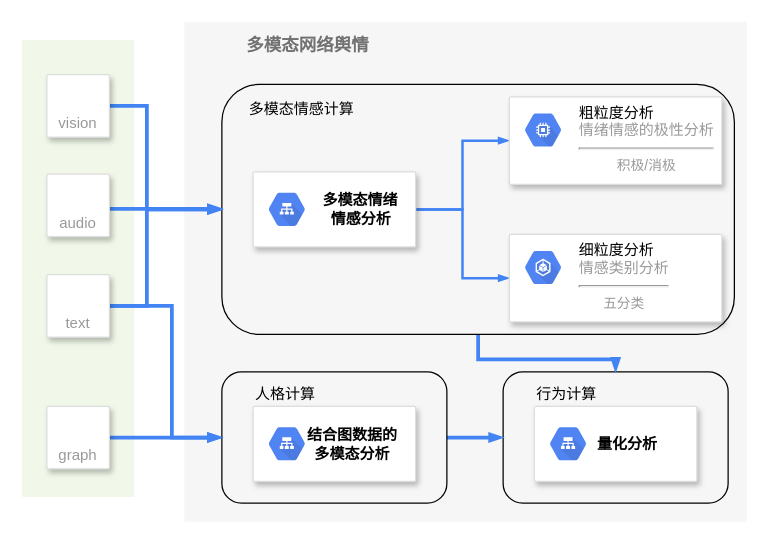
The draw.io diagram Untitled Diagram.drawio in Amamiyatsuki/pic_for_ppt, before the edit. Source tidied: cells renumbered, new cells numbered last; positions are measured from the earlier drawing's top-left corner, leaving out a move shared by most shapes. Both pictures are drawn from the tidied source at 125%, with x=0, y=0 at pixel (21, 21).
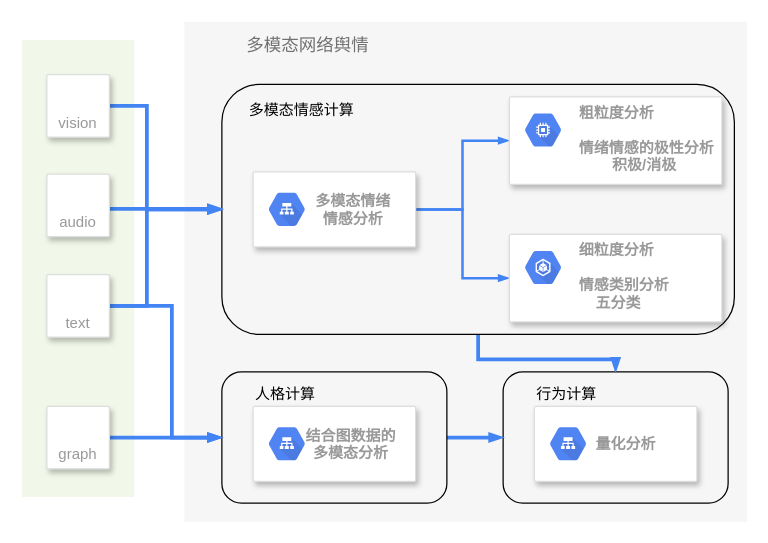
The same diagram, later.

Change to the diagram source:
```diff
@@
-    <mxCell id="2" value="&lt;b&gt;多模态网络舆情&lt;/b&gt;" style="fillColor=#F6F6F6;strokeColor=none;shadow=0;gradientColor=none;fontSize=14;align=left;spacing=10;fontColor=#717171;9E9E9E;verticalAlign=top;spacingTop=-4;fontStyle=0;spacingLeft=40;html=1;" parent="1" vertex="1">
+    <mxCell id="2" value="多模态网络舆情" style="fillColor=#F6F6F6;strokeColor=none;shadow=0;gradientColor=none;fontSize=14;align=left;spacing=10;fontColor=#717171;9E9E9E;verticalAlign=top;spacingTop=-4;fontStyle=0;spacingLeft=40;" parent="1" vertex="1">
       <mxGeometry x="130" width="450" height="400" as="geometry" />
     </mxCell>
-    <mxCell id="3" style="rounded=1;whiteSpace=wrap;html=1;fontSize=12;fillColor=none;" parent="1" vertex="1">
+    <mxCell id="3" style="rounded=1;fontSize=12;fillColor=none;" parent="1" vertex="1">
       <mxGeometry x="385" y="280" width="180" height="105" as="geometry" />
     </mxCell>
-    <mxCell id="4" style="edgeStyle=orthogonalEdgeStyle;rounded=0;jettySize=auto;html=1;exitX=0.5;exitY=1;exitDx=0;exitDy=0;entryX=0.5;entryY=0;entryDx=0;entryDy=0;dashed=0;labelBackgroundColor=none;fontSize=5;startFill=1;endArrow=blockThin;endFill=1;startSize=4;endSize=4;strokeColor=#4284F3;strokeWidth=3;align=left;" parent="1" edge="1" source="5" target="3">
+    <mxCell id="4" style="edgeStyle=orthogonalEdgeStyle;rounded=0;jettySize=auto;exitX=0.5;exitY=1;exitDx=0;exitDy=0;entryX=0.5;entryY=0;entryDx=0;entryDy=0;dashed=0;labelBackgroundColor=none;fontSize=5;startFill=1;endArrow=blockThin;endFill=1;startSize=4;endSize=4;strokeColor=#4284F3;strokeWidth=3;align=left;" parent="1" edge="1" source="5" target="3">
       <mxGeometry relative="1" as="geometry" />
     </mxCell>
-    <mxCell id="5" style="rounded=1;whiteSpace=wrap;html=1;fontSize=12;fillColor=none;" parent="1" vertex="1">
+    <mxCell id="5" style="rounded=1;fontSize=12;fillColor=none;" parent="1" vertex="1">
       <mxGeometry x="160" y="50" width="410" height="200" as="geometry" />
     </mxCell>
-    <mxCell id="6" style="rounded=1;absoluteArcSize=1;arcSize=2;html=1;strokeColor=none;gradientColor=none;shadow=0;dashed=0;fontSize=12;fontColor=#9E9E9E;align=center;verticalAlign=top;spacing=10;spacingTop=-4;fillColor=#F1F8E9;" parent="1" vertex="1">
+    <mxCell id="6" style="rounded=1;absoluteArcSize=1;arcSize=2;strokeColor=none;gradientColor=none;shadow=0;dashed=0;fontSize=12;fontColor=#9E9E9E;align=center;verticalAlign=top;spacing=10;spacingTop=-4;fillColor=#F1F8E9;" parent="1" vertex="1">
       <mxGeometry y="14.5" width="90" height="365.5" as="geometry" />
     </mxCell>
-    <mxCell id="7" style="edgeStyle=orthogonalEdgeStyle;rounded=0;jettySize=auto;html=1;exitX=1;exitY=0.5;exitDx=0;exitDy=0;dashed=0;labelBackgroundColor=none;fontSize=12;startFill=1;endArrow=blockThin;endFill=1;startSize=4;endSize=4;strokeColor=#4284F3;strokeWidth=3;align=left;" parent="1" edge="1" source="8" target="5">
+    <mxCell id="7" style="edgeStyle=orthogonalEdgeStyle;rounded=0;jettySize=auto;exitX=1;exitY=0.5;exitDx=0;exitDy=0;dashed=0;labelBackgroundColor=none;fontSize=12;startFill=1;endArrow=blockThin;endFill=1;startSize=4;endSize=4;strokeColor=#4284F3;strokeWidth=3;align=left;" parent="1" edge="1" source="8" target="5">
       <mxGeometry relative="1" as="geometry">
         <Array as="points">
           <mxPoint x="100" y="67" />
           <mxPoint x="100" y="150" />
         </Array>
       </mxGeometry>
     </mxCell>
-    <mxCell id="8" value="vision" style="strokeColor=#dddddd;fillColor=#ffffff;shadow=1;strokeWidth=1;rounded=1;absoluteArcSize=1;arcSize=2;labelPosition=center;verticalLabelPosition=middle;align=center;verticalAlign=bottom;spacingLeft=0;fontColor=#999999;fontSize=12;whiteSpace=wrap;spacingBottom=2;html=1;" parent="1" vertex="1">
+    <mxCell id="8" value="vision" style="strokeColor=#dddddd;fillColor=#ffffff;shadow=1;strokeWidth=1;rounded=1;absoluteArcSize=1;arcSize=2;labelPosition=center;verticalLabelPosition=middle;align=center;verticalAlign=bottom;spacingLeft=0;fontColor=#999999;fontSize=12;spacingBottom=2;" parent="1" vertex="1">
       <mxGeometry x="20" y="42.2" width="50" height="50" as="geometry" />
     </mxCell>
-    <mxCell id="9" style="edgeStyle=orthogonalEdgeStyle;rounded=0;jettySize=auto;html=1;exitX=1;exitY=0.5;exitDx=0;exitDy=0;entryX=0;entryY=0.5;entryDx=0;entryDy=0;dashed=0;labelBackgroundColor=none;fontSize=12;startFill=1;endArrow=blockThin;endFill=1;startSize=4;endSize=4;strokeColor=#4284F3;strokeWidth=2;align=left;" parent="1" edge="1" source="11" target="13">
+    <mxCell id="9" style="edgeStyle=orthogonalEdgeStyle;rounded=0;jettySize=auto;exitX=1;exitY=0.5;exitDx=0;exitDy=0;entryX=0;entryY=0.5;entryDx=0;entryDy=0;dashed=0;labelBackgroundColor=none;fontSize=12;startFill=1;endArrow=blockThin;endFill=1;startSize=4;endSize=4;strokeColor=#4284F3;strokeWidth=2;align=left;" parent="1" edge="1" source="11" target="13">
       <mxGeometry relative="1" as="geometry" />
     </mxCell>
-    <mxCell id="10" style="edgeStyle=orthogonalEdgeStyle;rounded=0;jettySize=auto;html=1;exitX=1;exitY=0.5;exitDx=0;exitDy=0;entryX=0;entryY=0.5;entryDx=0;entryDy=0;dashed=0;labelBackgroundColor=none;fontSize=12;startFill=1;endArrow=blockThin;endFill=1;startSize=4;endSize=4;strokeColor=#4284F3;strokeWidth=2;align=left;" parent="1" edge="1" source="11" target="15">
+    <mxCell id="10" style="edgeStyle=orthogonalEdgeStyle;rounded=0;jettySize=auto;exitX=1;exitY=0.5;exitDx=0;exitDy=0;entryX=0;entryY=0.5;entryDx=0;entryDy=0;dashed=0;labelBackgroundColor=none;fontSize=12;startFill=1;endArrow=blockThin;endFill=1;startSize=4;endSize=4;strokeColor=#4284F3;strokeWidth=2;align=left;" parent="1" edge="1" source="11" target="15">
       <mxGeometry relative="1" as="geometry" />
     </mxCell>
-    <mxCell id="11" style="strokeColor=#dddddd;fillColor=#ffffff;shadow=1;strokeWidth=1;rounded=1;absoluteArcSize=1;arcSize=2;fontSize=11;fontColor=#9E9E9E;align=center;html=1;" parent="1" vertex="1">
+    <mxCell id="11" style="strokeColor=#dddddd;fillColor=#ffffff;shadow=1;strokeWidth=1;rounded=1;absoluteArcSize=1;arcSize=2;fontSize=11;fontColor=#9E9E9E;align=center;" parent="1" vertex="1">
       <mxGeometry x="185" y="120" width="130" height="60" as="geometry" />
     </mxCell>
-    <mxCell id="12" value="&lt;div style=&quot;text-align: justify&quot;&gt;&lt;b style=&quot;color: rgb(0 , 0 , 0)&quot;&gt;多模态情绪&lt;/b&gt;&lt;/div&gt;&lt;font color=&quot;#000000&quot; style=&quot;font-size: 12px&quot;&gt;&lt;div style=&quot;text-align: justify&quot;&gt;&lt;b&gt;&amp;nbsp; 情感分析&lt;/b&gt;&lt;/div&gt;&lt;/font&gt;" style="dashed=0;html=1;fillColor=#5184F3;strokeColor=none;shape=mxgraph.gcp2.hexIcon;prIcon=cloud_load_balancing;labelPosition=right;verticalLabelPosition=middle;align=left;verticalAlign=middle;spacingLeft=5;fontColor=#999999;fontSize=12;" parent="11" vertex="1">
+    <mxCell id="12" value="    多模态情绪&#10;    情感分析" style="dashed=0;fillColor=#5184F3;strokeColor=none;shape=mxgraph.gcp2.hexIcon;prIcon=cloud_load_balancing;labelPosition=right;verticalLabelPosition=middle;align=center;verticalAlign=middle;spacingLeft=5;fontColor=#999999;fontSize=12;fontStyle=1;" parent="11" vertex="1">
       <mxGeometry y="0.5" width="44" height="39" relative="1" as="geometry">
         <mxPoint x="5" y="-19.5" as="offset" />
       </mxGeometry>
     </mxCell>
-    <mxCell id="13" style="strokeColor=#dddddd;fillColor=#ffffff;shadow=1;strokeWidth=1;rounded=1;absoluteArcSize=1;arcSize=2;fontSize=11;fontColor=#9E9E9E;align=center;html=1;" parent="1" vertex="1">
+    <mxCell id="13" style="strokeColor=#dddddd;fillColor=#ffffff;shadow=1;strokeWidth=1;rounded=1;absoluteArcSize=1;arcSize=2;fontSize=11;fontColor=#9E9E9E;align=center;" parent="1" vertex="1">
       <mxGeometry x="390" y="60" width="170" height="70" as="geometry" />
     </mxCell>
-    <mxCell id="14" value="&lt;font color=&quot;#000000&quot;&gt;粗粒度分析&lt;/font&gt;&lt;br&gt;&lt;div style=&quot;text-align: center&quot;&gt;&lt;span&gt;情绪情感的极性分析&lt;/span&gt;&lt;/div&gt;&lt;hr&gt;&lt;span style=&quot;font-size: 11px&quot;&gt;&lt;div style=&quot;text-align: center&quot;&gt;&lt;span&gt;积极/消极&lt;/span&gt;&lt;/div&gt;&lt;/span&gt;" style="dashed=0;html=1;fillColor=#5184F3;strokeColor=none;shape=mxgraph.gcp2.hexIcon;prIcon=compute_engine;labelPosition=right;verticalLabelPosition=middle;align=left;verticalAlign=top;spacingLeft=5;fontColor=#999999;fontSize=12;spacingTop=-8;" parent="13" vertex="1">
+    <mxCell id="14" value="粗粒度分析&#10;&#10;情绪情感的极性分析&#10;        积极/消极" style="dashed=0;fillColor=#5184F3;strokeColor=none;shape=mxgraph.gcp2.hexIcon;prIcon=compute_engine;labelPosition=right;verticalLabelPosition=middle;align=left;verticalAlign=top;spacingLeft=5;fontColor=#999999;fontSize=12;spacingTop=-8;fontStyle=1;" parent="13" vertex="1">
       <mxGeometry width="44" height="39" relative="1" as="geometry">
         <mxPoint x="5" y="7" as="offset" />
       </mxGeometry>
     </mxCell>
-    <mxCell id="15" style="strokeColor=#dddddd;fillColor=#ffffff;shadow=1;strokeWidth=1;rounded=1;absoluteArcSize=1;arcSize=2;fontSize=11;fontColor=#9E9E9E;align=center;html=1;" parent="1" vertex="1">
+    <mxCell id="15" style="strokeColor=#dddddd;fillColor=#ffffff;shadow=1;strokeWidth=1;rounded=1;absoluteArcSize=1;arcSize=2;fontSize=11;fontColor=#9E9E9E;align=center;" parent="1" vertex="1">
       <mxGeometry x="390" y="170" width="170" height="70" as="geometry" />
     </mxCell>
-    <mxCell id="16" value="&lt;font color=&quot;#000000&quot;&gt;细粒度分析&lt;/font&gt;&lt;br&gt;情感类别分析&lt;hr&gt;&lt;font style=&quot;font-size: 11px&quot;&gt;&lt;div style=&quot;text-align: center&quot;&gt;&lt;span&gt;五分类&lt;/span&gt;&lt;/div&gt;&lt;/font&gt;" style="dashed=0;html=1;fillColor=#5184F3;strokeColor=none;shape=mxgraph.gcp2.hexIcon;prIcon=container_engine;labelPosition=right;verticalLabelPosition=middle;align=left;verticalAlign=top;spacingLeft=5;fontColor=#999999;fontSize=12;spacingTop=-8;" parent="15" vertex="1">
+    <mxCell id="16" value="细粒度分析&#10;&#10;情感类别分析&#10;    五分类" style="dashed=0;fillColor=#5184F3;strokeColor=none;shape=mxgraph.gcp2.hexIcon;prIcon=container_engine;labelPosition=right;verticalLabelPosition=middle;align=left;verticalAlign=top;spacingLeft=5;fontColor=#999999;fontSize=12;spacingTop=-8;fontStyle=1;" parent="15" vertex="1">
       <mxGeometry width="44" height="39" relative="1" as="geometry">
         <mxPoint x="5" y="7" as="offset" />
       </mxGeometry>
     </mxCell>
-    <mxCell id="17" style="edgeStyle=orthogonalEdgeStyle;rounded=0;jettySize=auto;html=1;dashed=0;labelBackgroundColor=none;fontSize=5;startFill=1;endArrow=blockThin;endFill=1;startSize=4;endSize=4;strokeColor=#4284F3;strokeWidth=3;align=left;" parent="1" edge="1" source="18">
+    <mxCell id="17" style="edgeStyle=orthogonalEdgeStyle;rounded=0;jettySize=auto;dashed=0;labelBackgroundColor=none;fontSize=5;startFill=1;endArrow=blockThin;endFill=1;startSize=4;endSize=4;strokeColor=#4284F3;strokeWidth=3;align=left;" parent="1" edge="1" source="18">
       <mxGeometry relative="1" as="geometry">
         <mxPoint x="160" y="149.5" as="targetPoint" />
         <Array as="points">
           <mxPoint x="110" y="150" />
         </Array>
       </mxGeometry>
     </mxCell>
-    <mxCell id="18" value="audio" style="strokeColor=#dddddd;fillColor=#ffffff;shadow=1;strokeWidth=1;rounded=1;absoluteArcSize=1;arcSize=2;labelPosition=center;verticalLabelPosition=middle;align=center;verticalAlign=bottom;spacingLeft=0;fontColor=#999999;fontSize=12;whiteSpace=wrap;spacingBottom=2;html=1;" parent="1" vertex="1">
+    <mxCell id="18" value="audio" style="strokeColor=#dddddd;fillColor=#ffffff;shadow=1;strokeWidth=1;rounded=1;absoluteArcSize=1;arcSize=2;labelPosition=center;verticalLabelPosition=middle;align=center;verticalAlign=bottom;spacingLeft=0;fontColor=#999999;fontSize=12;spacingBottom=2;" parent="1" vertex="1">
       <mxGeometry x="20" y="121.8" width="50" height="50" as="geometry" />
     </mxCell>
-    <mxCell id="19" style="edgeStyle=orthogonalEdgeStyle;rounded=0;jettySize=auto;html=1;exitX=1;exitY=0.5;exitDx=0;exitDy=0;dashed=0;labelBackgroundColor=none;fontSize=5;startFill=1;endArrow=blockThin;endFill=1;startSize=4;endSize=4;strokeColor=#4284F3;strokeWidth=3;align=left;" parent="1" edge="1" source="21">
+    <mxCell id="19" style="edgeStyle=orthogonalEdgeStyle;rounded=0;jettySize=auto;exitX=1;exitY=0.5;exitDx=0;exitDy=0;dashed=0;labelBackgroundColor=none;fontSize=5;startFill=1;endArrow=blockThin;endFill=1;startSize=4;endSize=4;strokeColor=#4284F3;strokeWidth=3;align=left;" parent="1" edge="1" source="21">
       <mxGeometry relative="1" as="geometry">
         <mxPoint x="160" y="150" as="targetPoint" />
         <Array as="points">
           <mxPoint x="100" y="227" />
           <mxPoint x="100" y="150" />
         </Array>
       </mxGeometry>
     </mxCell>
-    <mxCell id="20" style="edgeStyle=orthogonalEdgeStyle;rounded=0;jettySize=auto;html=1;exitX=1;exitY=0.5;exitDx=0;exitDy=0;entryX=0;entryY=0.5;entryDx=0;entryDy=0;dashed=0;labelBackgroundColor=none;fontSize=5;startFill=1;endArrow=blockThin;endFill=1;startSize=4;endSize=4;strokeColor=#4284F3;strokeWidth=3;align=left;" parent="1" edge="1" source="21" target="24">
+    <mxCell id="20" style="edgeStyle=orthogonalEdgeStyle;rounded=0;jettySize=auto;exitX=1;exitY=0.5;exitDx=0;exitDy=0;entryX=0;entryY=0.5;entryDx=0;entryDy=0;dashed=0;labelBackgroundColor=none;fontSize=5;startFill=1;endArrow=blockThin;endFill=1;startSize=4;endSize=4;strokeColor=#4284F3;strokeWidth=3;align=left;" parent="1" edge="1" source="21" target="24">
       <mxGeometry relative="1" as="geometry">
         <Array as="points">
           <mxPoint x="120" y="227" />
           <mxPoint x="120" y="332" />
         </Array>
       </mxGeometry>
     </mxCell>
-    <mxCell id="21" value="text" style="strokeColor=#dddddd;fillColor=#ffffff;shadow=1;strokeWidth=1;rounded=1;absoluteArcSize=1;arcSize=2;labelPosition=center;verticalLabelPosition=middle;align=center;verticalAlign=bottom;spacingLeft=0;fontColor=#999999;fontSize=12;whiteSpace=wrap;spacingBottom=2;html=1;" parent="1" vertex="1">
+    <mxCell id="21" value="text" style="strokeColor=#dddddd;fillColor=#ffffff;shadow=1;strokeWidth=1;rounded=1;absoluteArcSize=1;arcSize=2;labelPosition=center;verticalLabelPosition=middle;align=center;verticalAlign=bottom;spacingLeft=0;fontColor=#999999;fontSize=12;spacingBottom=2;" parent="1" vertex="1">
       <mxGeometry x="20" y="202.2" width="50" height="50" as="geometry" />
     </mxCell>
-    <mxCell id="22" value="多模态情感计算" style="text;html=1;strokeColor=none;fillColor=none;align=left;verticalAlign=middle;whiteSpace=wrap;rounded=0;fontSize=12;" parent="1" vertex="1">
+    <mxCell id="22" value="多模态情感计算" style="text;strokeColor=none;fillColor=none;align=left;verticalAlign=middle;rounded=0;fontSize=12;" parent="1" vertex="1">
       <mxGeometry x="180" y="60" width="90" height="20" as="geometry" />
     </mxCell>
-    <mxCell id="23" style="edgeStyle=orthogonalEdgeStyle;rounded=0;jettySize=auto;html=1;exitX=1;exitY=0.5;exitDx=0;exitDy=0;dashed=0;labelBackgroundColor=none;fontSize=5;startFill=1;endArrow=blockThin;endFill=1;startSize=4;endSize=4;strokeColor=#4284F3;strokeWidth=3;align=left;" parent="1" edge="1" source="24" target="3">
+    <mxCell id="23" style="edgeStyle=orthogonalEdgeStyle;rounded=0;jettySize=auto;exitX=1;exitY=0.5;exitDx=0;exitDy=0;dashed=0;labelBackgroundColor=none;fontSize=5;startFill=1;endArrow=blockThin;endFill=1;startSize=4;endSize=4;strokeColor=#4284F3;strokeWidth=3;align=left;" parent="1" edge="1" source="24" target="3">
       <mxGeometry relative="1" as="geometry" />
     </mxCell>
-    <mxCell id="24" style="rounded=1;whiteSpace=wrap;html=1;fontSize=12;fillColor=none;" parent="1" vertex="1">
+    <mxCell id="24" style="rounded=1;fontSize=12;fillColor=none;" parent="1" vertex="1">
       <mxGeometry x="160" y="280" width="180" height="105" as="geometry" />
     </mxCell>
-    <mxCell id="25" style="strokeColor=#dddddd;fillColor=#ffffff;shadow=1;strokeWidth=1;rounded=1;absoluteArcSize=1;arcSize=2;fontSize=11;fontColor=#9E9E9E;align=center;html=1;" parent="1" vertex="1">
+    <mxCell id="25" style="strokeColor=#dddddd;fillColor=#ffffff;shadow=1;strokeWidth=1;rounded=1;absoluteArcSize=1;arcSize=2;fontSize=11;fontColor=#9E9E9E;align=center;" parent="1" vertex="1">
       <mxGeometry x="185" y="307.5" width="130" height="60" as="geometry" />
     </mxCell>
-    <mxCell id="26" value="&lt;div&gt;&lt;font color=&quot;#000000&quot;&gt;&lt;b&gt;&amp;nbsp; &amp;nbsp;结合图数据的&lt;/b&gt;&lt;/font&gt;&lt;/div&gt;&lt;div&gt;&lt;font color=&quot;#000000&quot;&gt;&lt;b&gt;&amp;nbsp; &amp;nbsp;多&lt;/b&gt;&lt;/font&gt;&lt;b style=&quot;color: rgb(0 , 0 , 0)&quot;&gt;模态&lt;/b&gt;&lt;b style=&quot;color: rgb(0 , 0 , 0)&quot;&gt;分析&lt;/b&gt;&lt;/div&gt;" style="dashed=0;html=1;fillColor=#5184F3;strokeColor=none;shape=mxgraph.gcp2.hexIcon;prIcon=cloud_load_balancing;labelPosition=right;verticalLabelPosition=middle;align=center;verticalAlign=middle;spacingLeft=5;fontColor=#999999;fontSize=12;" parent="25" vertex="1">
+    <mxCell id="26" value="   结合图数据的&#10;   多模态分析" style="dashed=0;fillColor=#5184F3;strokeColor=none;shape=mxgraph.gcp2.hexIcon;prIcon=cloud_load_balancing;labelPosition=right;verticalLabelPosition=middle;align=center;verticalAlign=middle;spacingLeft=5;fontColor=#999999;fontSize=12;fontStyle=1;" parent="25" vertex="1">
       <mxGeometry y="0.5" width="44" height="39" relative="1" as="geometry">
         <mxPoint x="5" y="-19.5" as="offset" />
       </mxGeometry>
     </mxCell>
-    <mxCell id="27" style="edgeStyle=orthogonalEdgeStyle;rounded=0;jettySize=auto;html=1;entryX=0;entryY=0.5;entryDx=0;entryDy=0;dashed=0;labelBackgroundColor=none;fontSize=5;startFill=1;endArrow=blockThin;endFill=1;startSize=4;endSize=4;strokeColor=#4284F3;strokeWidth=3;align=left;" parent="1" edge="1" source="28" target="24">
+    <mxCell id="27" style="edgeStyle=orthogonalEdgeStyle;rounded=0;jettySize=auto;entryX=0;entryY=0.5;entryDx=0;entryDy=0;dashed=0;labelBackgroundColor=none;fontSize=5;startFill=1;endArrow=blockThin;endFill=1;startSize=4;endSize=4;strokeColor=#4284F3;strokeWidth=3;align=left;" parent="1" edge="1" source="28" target="24">
       <mxGeometry relative="1" as="geometry" />
     </mxCell>
-    <mxCell id="28" value="graph" style="strokeColor=#dddddd;fillColor=#ffffff;shadow=1;strokeWidth=1;rounded=1;absoluteArcSize=1;arcSize=2;labelPosition=center;verticalLabelPosition=middle;align=center;verticalAlign=bottom;spacingLeft=0;fontColor=#999999;fontSize=12;whiteSpace=wrap;spacingBottom=2;html=1;" parent="1" vertex="1">
+    <mxCell id="28" value="graph" style="strokeColor=#dddddd;fillColor=#ffffff;shadow=1;strokeWidth=1;rounded=1;absoluteArcSize=1;arcSize=2;labelPosition=center;verticalLabelPosition=middle;align=center;verticalAlign=bottom;spacingLeft=0;fontColor=#999999;fontSize=12;spacingBottom=2;" parent="1" vertex="1">
       <mxGeometry x="20" y="307.5" width="50" height="50" as="geometry" />
     </mxCell>
-    <mxCell id="29" style="strokeColor=#dddddd;fillColor=#ffffff;shadow=1;strokeWidth=1;rounded=1;absoluteArcSize=1;arcSize=2;fontSize=11;fontColor=#9E9E9E;align=center;html=1;" parent="1" vertex="1">
+    <mxCell id="29" style="strokeColor=#dddddd;fillColor=#ffffff;shadow=1;strokeWidth=1;rounded=1;absoluteArcSize=1;arcSize=2;fontSize=11;fontColor=#9E9E9E;align=center;" parent="1" vertex="1">
       <mxGeometry x="410" y="307.5" width="130" height="60" as="geometry" />
     </mxCell>
-    <mxCell id="30" value="&lt;div&gt;&lt;font color=&quot;#000000&quot;&gt;&lt;b&gt;量化分析&lt;/b&gt;&lt;/font&gt;&lt;/div&gt;" style="dashed=0;html=1;fillColor=#5184F3;strokeColor=none;shape=mxgraph.gcp2.hexIcon;prIcon=cloud_load_balancing;labelPosition=right;verticalLabelPosition=middle;align=center;verticalAlign=middle;spacingLeft=5;fontColor=#999999;fontSize=12;" parent="29" vertex="1">
+    <mxCell id="30" value="量化分析" style="dashed=0;fillColor=#5184F3;strokeColor=none;shape=mxgraph.gcp2.hexIcon;prIcon=cloud_load_balancing;labelPosition=right;verticalLabelPosition=middle;align=center;verticalAlign=middle;spacingLeft=5;fontColor=#999999;fontSize=12;fontStyle=1;" parent="29" vertex="1">
       <mxGeometry y="0.5" width="44" height="39" relative="1" as="geometry">
         <mxPoint x="5" y="-19.5" as="offset" />
       </mxGeometry>
     </mxCell>
-    <mxCell id="31" value="人格计算" style="text;html=1;strokeColor=none;fillColor=none;align=left;verticalAlign=middle;whiteSpace=wrap;rounded=0;fontSize=12;" parent="1" vertex="1">
+    <mxCell id="31" value="人格计算" style="text;strokeColor=none;fillColor=none;align=left;verticalAlign=middle;rounded=0;fontSize=12;" parent="1" vertex="1">
       <mxGeometry x="185" y="287.5" width="90" height="20" as="geometry" />
     </mxCell>
-    <mxCell id="32" value="行为计算" style="text;html=1;strokeColor=none;fillColor=none;align=left;verticalAlign=middle;whiteSpace=wrap;rounded=0;fontSize=12;" parent="1" vertex="1">
+    <mxCell id="32" value="行为计算" style="text;strokeColor=none;fillColor=none;align=left;verticalAlign=middle;rounded=0;fontSize=12;" parent="1" vertex="1">
       <mxGeometry x="410" y="287.5" width="90" height="20" as="geometry" />
     </mxCell>
```
